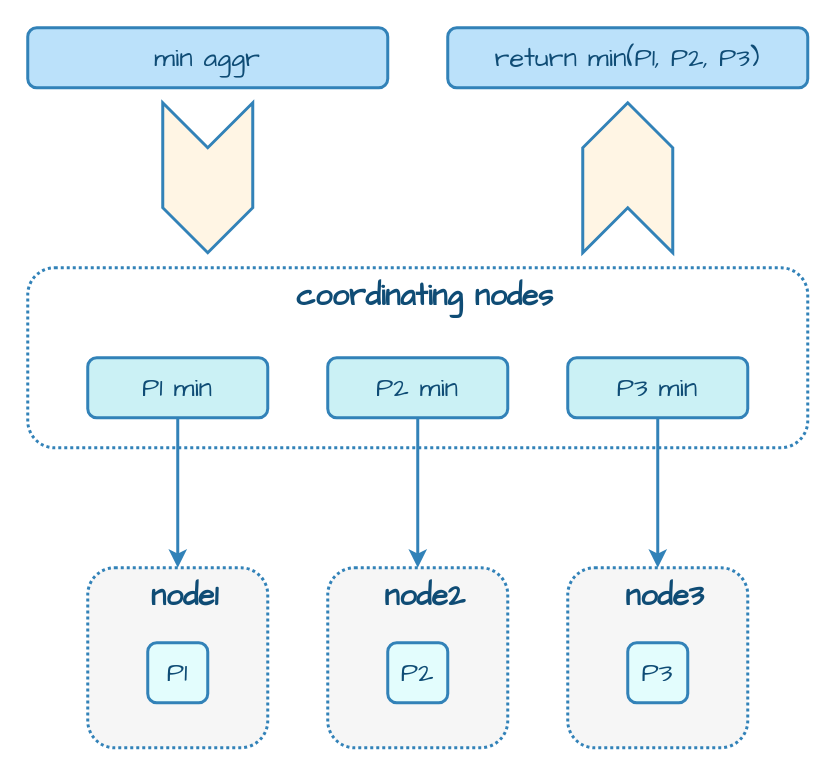
Earlier version of the draw.io diagram page "聚合流程" (4 of 6) of assets/数据库/搜索引擎数据库/Elasticsearch.drawio (dunwu/waterdrop). Source tidied: cells renumbered, new cells numbered last; positions are measured from the earlier drawing's top-left corner, leaving out a move shared by most shapes. Both pictures are drawn from the tidied source at 150%, with x=0, y=0 at pixel (27, 27).
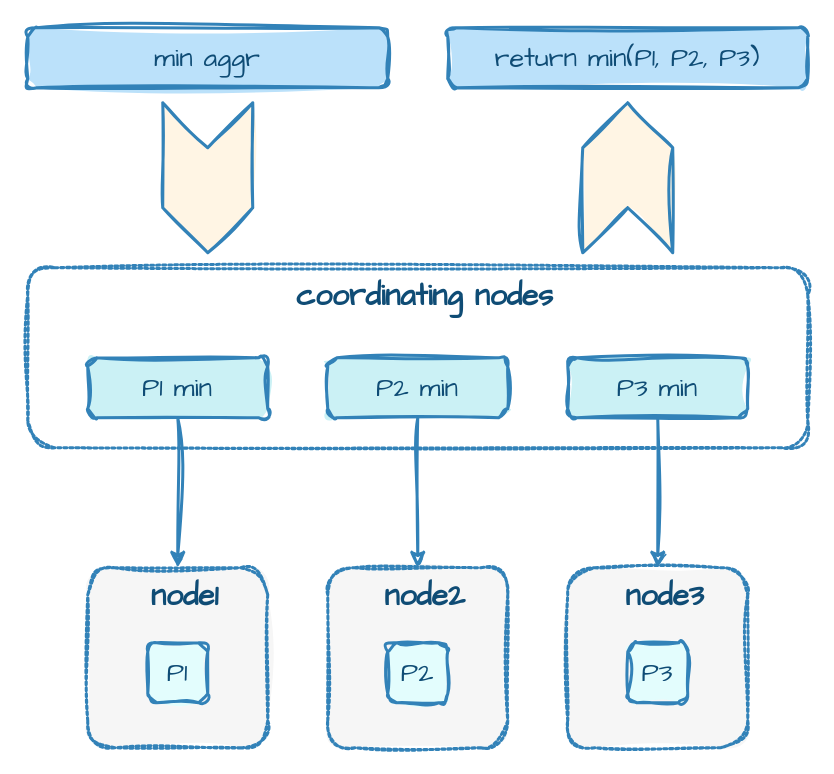
The same page after the edit.

Change to the diagram source:
```diff
@@
 <mxGraphModel>
   <root>
     <mxCell id="0" />
     <mxCell id="1" parent="0" />
-    <mxCell id="2" value="coordinating nodes" style="rounded=1;whiteSpace=wrap;html=1;strokeColor=#3282B8;fillColor=none;fontFamily=Comic Sans MS;fontStyle=1;fontColor=#0F4C75;shadow=0;fontSize=20;strokeWidth=2;dashed=1;dashPattern=1 1;align=center;verticalAlign=top;spacingLeft=10;" parent="1" vertex="1">
+    <mxCell id="2" value="coordinating nodes" style="rounded=1;whiteSpace=wrap;html=1;strokeColor=#3282B8;fillColor=none;fontFamily=Comic Sans MS;fontStyle=1;fontColor=#0F4C75;shadow=0;fontSize=20;strokeWidth=2;dashed=1;dashPattern=1 1;align=center;verticalAlign=top;spacingLeft=10;sketch=1;curveFitting=1;jiggle=2;" parent="1" vertex="1">
       <mxGeometry y="160" width="520" height="120" as="geometry" />
     </mxCell>
-    <mxCell id="3" value="node1" style="rounded=1;whiteSpace=wrap;html=1;strokeColor=#3282B8;fillColor=#F6F6F6;fontFamily=Comic Sans MS;fontStyle=1;fontColor=#0F4C75;shadow=0;fontSize=20;strokeWidth=2;dashed=1;dashPattern=1 1;align=center;verticalAlign=top;spacingLeft=10;" parent="1" vertex="1">
+    <mxCell id="3" value="node1" style="rounded=1;whiteSpace=wrap;html=1;strokeColor=#3282B8;fillColor=#F6F6F6;fontFamily=Comic Sans MS;fontStyle=1;fontColor=#0F4C75;shadow=0;fontSize=20;strokeWidth=2;dashed=1;dashPattern=1 1;align=center;verticalAlign=top;spacingLeft=10;sketch=1;curveFitting=1;jiggle=2;fillStyle=solid;" parent="1" vertex="1">
       <mxGeometry x="40" y="360" width="120" height="120" as="geometry" />
     </mxCell>
-    <mxCell id="4" value="P1" style="rounded=1;whiteSpace=wrap;html=1;shadow=0;strokeColor=#3282B8;strokeWidth=2;align=center;verticalAlign=middle;spacing=20;fontFamily=Comic Sans MS;fontSize=18;fontColor=#0F4C75;fillColor=#E3FDFD;" parent="1" vertex="1">
+    <mxCell id="4" value="P1" style="rounded=1;whiteSpace=wrap;html=1;shadow=0;strokeColor=#3282B8;strokeWidth=2;align=center;verticalAlign=middle;spacing=20;fontFamily=Comic Sans MS;fontSize=18;fontColor=#0F4C75;fillColor=#E3FDFD;sketch=1;curveFitting=1;jiggle=2;fillStyle=solid;" parent="1" vertex="1">
       <mxGeometry x="80" y="410" width="40" height="40" as="geometry" />
     </mxCell>
-    <mxCell id="5" value="node2" style="rounded=1;whiteSpace=wrap;html=1;strokeColor=#3282B8;fillColor=#F6F6F6;fontFamily=Comic Sans MS;fontStyle=1;fontColor=#0F4C75;shadow=0;fontSize=20;strokeWidth=2;dashed=1;dashPattern=1 1;align=center;verticalAlign=top;spacingLeft=10;" parent="1" vertex="1">
+    <mxCell id="5" value="node2" style="rounded=1;whiteSpace=wrap;html=1;strokeColor=#3282B8;fillColor=#F6F6F6;fontFamily=Comic Sans MS;fontStyle=1;fontColor=#0F4C75;shadow=0;fontSize=20;strokeWidth=2;dashed=1;dashPattern=1 1;align=center;verticalAlign=top;spacingLeft=10;sketch=1;curveFitting=1;jiggle=2;fillStyle=solid;" parent="1" vertex="1">
       <mxGeometry x="200" y="360" width="120" height="120" as="geometry" />
     </mxCell>
-    <mxCell id="6" value="P2" style="rounded=1;whiteSpace=wrap;html=1;shadow=0;strokeColor=#3282B8;strokeWidth=2;align=center;verticalAlign=middle;spacing=20;fontFamily=Comic Sans MS;fontSize=18;fontColor=#0F4C75;fillColor=#E3FDFD;" parent="1" vertex="1">
+    <mxCell id="6" value="P2" style="rounded=1;whiteSpace=wrap;html=1;shadow=0;strokeColor=#3282B8;strokeWidth=2;align=center;verticalAlign=middle;spacing=20;fontFamily=Comic Sans MS;fontSize=18;fontColor=#0F4C75;fillColor=#E3FDFD;sketch=1;curveFitting=1;jiggle=2;fillStyle=solid;" parent="1" vertex="1">
       <mxGeometry x="240" y="410" width="40" height="40" as="geometry" />
     </mxCell>
-    <mxCell id="7" value="node3" style="rounded=1;whiteSpace=wrap;html=1;strokeColor=#3282B8;fillColor=#F6F6F6;fontFamily=Comic Sans MS;fontStyle=1;fontColor=#0F4C75;shadow=0;fontSize=20;strokeWidth=2;dashed=1;dashPattern=1 1;align=center;verticalAlign=top;spacingLeft=10;" parent="1" vertex="1">
+    <mxCell id="7" value="node3" style="rounded=1;whiteSpace=wrap;html=1;strokeColor=#3282B8;fillColor=#F6F6F6;fontFamily=Comic Sans MS;fontStyle=1;fontColor=#0F4C75;shadow=0;fontSize=20;strokeWidth=2;dashed=1;dashPattern=1 1;align=center;verticalAlign=top;spacingLeft=10;sketch=1;curveFitting=1;jiggle=2;fillStyle=solid;" parent="1" vertex="1">
       <mxGeometry x="360" y="360" width="120" height="120" as="geometry" />
     </mxCell>
-    <mxCell id="8" value="P3" style="rounded=1;whiteSpace=wrap;html=1;shadow=0;strokeColor=#3282B8;strokeWidth=2;align=center;verticalAlign=middle;spacing=20;fontFamily=Comic Sans MS;fontSize=18;fontColor=#0F4C75;fillColor=#E3FDFD;" parent="1" vertex="1">
+    <mxCell id="8" value="P3" style="rounded=1;whiteSpace=wrap;html=1;shadow=0;strokeColor=#3282B8;strokeWidth=2;align=center;verticalAlign=middle;spacing=20;fontFamily=Comic Sans MS;fontSize=18;fontColor=#0F4C75;fillColor=#E3FDFD;sketch=1;curveFitting=1;jiggle=2;fillStyle=solid;" parent="1" vertex="1">
       <mxGeometry x="400" y="410" width="40" height="40" as="geometry" />
     </mxCell>
-    <mxCell id="9" value="min aggr" style="rounded=1;whiteSpace=wrap;html=1;shadow=0;strokeColor=#3282B8;strokeWidth=2;align=center;verticalAlign=middle;fontFamily=Comic Sans MS;fontSize=18;fontColor=#0F4C75;fillColor=#BBE1FA;" parent="1" vertex="1">
+    <mxCell id="9" value="min aggr" style="rounded=1;whiteSpace=wrap;html=1;shadow=0;strokeColor=#3282B8;strokeWidth=2;align=center;verticalAlign=middle;fontFamily=Comic Sans MS;fontSize=18;fontColor=#0F4C75;fillColor=#BBE1FA;sketch=1;curveFitting=1;jiggle=2;fillStyle=solid;" parent="1" vertex="1">
       <mxGeometry width="240" height="40" as="geometry" />
     </mxCell>
-    <mxCell id="10" style="edgeStyle=orthogonalEdgeStyle;shape=connector;rounded=1;jettySize=auto;html=1;exitX=0.5;exitY=1;exitDx=0;exitDy=0;entryX=0.5;entryY=0;entryDx=0;entryDy=0;labelBackgroundColor=default;strokeColor=#3282B8;strokeWidth=2;align=center;verticalAlign=middle;fontFamily=Comic Sans MS;fontSize=18;fontColor=#0F4C75;endArrow=classic;" parent="1" edge="1" source="11" target="3">
+    <mxCell id="10" style="edgeStyle=orthogonalEdgeStyle;shape=connector;rounded=1;jettySize=auto;html=1;exitX=0.5;exitY=1;exitDx=0;exitDy=0;entryX=0.5;entryY=0;entryDx=0;entryDy=0;labelBackgroundColor=default;strokeColor=#3282B8;strokeWidth=2;align=center;verticalAlign=middle;fontFamily=Comic Sans MS;fontSize=18;fontColor=#0F4C75;endArrow=classic;sketch=1;curveFitting=1;jiggle=2;" parent="1" edge="1" source="11" target="3">
       <mxGeometry relative="1" as="geometry" />
     </mxCell>
-    <mxCell id="11" value="P1 min" style="rounded=1;whiteSpace=wrap;html=1;shadow=0;strokeColor=#3282B8;strokeWidth=2;align=center;verticalAlign=middle;spacing=20;fontFamily=Comic Sans MS;fontSize=18;fontColor=#0F4C75;fillColor=#CBF1F5;" parent="1" vertex="1">
+    <mxCell id="11" value="P1 min" style="rounded=1;whiteSpace=wrap;html=1;shadow=0;strokeColor=#3282B8;strokeWidth=2;align=center;verticalAlign=middle;spacing=20;fontFamily=Comic Sans MS;fontSize=18;fontColor=#0F4C75;fillColor=#CBF1F5;sketch=1;curveFitting=1;jiggle=2;fillStyle=solid;" parent="1" vertex="1">
       <mxGeometry x="40" y="220" width="120" height="40" as="geometry" />
     </mxCell>
-    <mxCell id="12" style="edgeStyle=orthogonalEdgeStyle;shape=connector;rounded=1;jettySize=auto;html=1;exitX=0.5;exitY=1;exitDx=0;exitDy=0;entryX=0.5;entryY=0;entryDx=0;entryDy=0;labelBackgroundColor=default;strokeColor=#3282B8;strokeWidth=2;align=center;verticalAlign=middle;fontFamily=Comic Sans MS;fontSize=18;fontColor=#0F4C75;endArrow=classic;" parent="1" edge="1" source="13" target="5">
+    <mxCell id="12" style="edgeStyle=orthogonalEdgeStyle;shape=connector;rounded=1;jettySize=auto;html=1;exitX=0.5;exitY=1;exitDx=0;exitDy=0;entryX=0.5;entryY=0;entryDx=0;entryDy=0;labelBackgroundColor=default;strokeColor=#3282B8;strokeWidth=2;align=center;verticalAlign=middle;fontFamily=Comic Sans MS;fontSize=18;fontColor=#0F4C75;endArrow=classic;sketch=1;curveFitting=1;jiggle=2;" parent="1" edge="1" source="13" target="5">
       <mxGeometry relative="1" as="geometry" />
     </mxCell>
-    <mxCell id="13" value="P2 min" style="rounded=1;whiteSpace=wrap;html=1;shadow=0;strokeColor=#3282B8;strokeWidth=2;align=center;verticalAlign=middle;spacing=20;fontFamily=Comic Sans MS;fontSize=18;fontColor=#0F4C75;fillColor=#CBF1F5;" parent="1" vertex="1">
+    <mxCell id="13" value="P2 min" style="rounded=1;whiteSpace=wrap;html=1;shadow=0;strokeColor=#3282B8;strokeWidth=2;align=center;verticalAlign=middle;spacing=20;fontFamily=Comic Sans MS;fontSize=18;fontColor=#0F4C75;fillColor=#CBF1F5;sketch=1;curveFitting=1;jiggle=2;fillStyle=solid;" parent="1" vertex="1">
       <mxGeometry x="200" y="220" width="120" height="40" as="geometry" />
     </mxCell>
-    <mxCell id="14" style="edgeStyle=orthogonalEdgeStyle;shape=connector;rounded=1;jettySize=auto;html=1;exitX=0.5;exitY=1;exitDx=0;exitDy=0;entryX=0.5;entryY=0;entryDx=0;entryDy=0;labelBackgroundColor=default;strokeColor=#3282B8;strokeWidth=2;align=center;verticalAlign=middle;fontFamily=Comic Sans MS;fontSize=18;fontColor=#0F4C75;endArrow=classic;" parent="1" edge="1" source="15" target="7">
+    <mxCell id="14" style="edgeStyle=orthogonalEdgeStyle;shape=connector;rounded=1;jettySize=auto;html=1;exitX=0.5;exitY=1;exitDx=0;exitDy=0;entryX=0.5;entryY=0;entryDx=0;entryDy=0;labelBackgroundColor=default;strokeColor=#3282B8;strokeWidth=2;align=center;verticalAlign=middle;fontFamily=Comic Sans MS;fontSize=18;fontColor=#0F4C75;endArrow=classic;sketch=1;curveFitting=1;jiggle=2;" parent="1" edge="1" source="15" target="7">
       <mxGeometry relative="1" as="geometry" />
     </mxCell>
-    <mxCell id="15" value="P3 min" style="rounded=1;whiteSpace=wrap;html=1;shadow=0;strokeColor=#3282B8;strokeWidth=2;align=center;verticalAlign=middle;spacing=20;fontFamily=Comic Sans MS;fontSize=18;fontColor=#0F4C75;fillColor=#CBF1F5;" parent="1" vertex="1">
+    <mxCell id="15" value="P3 min" style="rounded=1;whiteSpace=wrap;html=1;shadow=0;strokeColor=#3282B8;strokeWidth=2;align=center;verticalAlign=middle;spacing=20;fontFamily=Comic Sans MS;fontSize=18;fontColor=#0F4C75;fillColor=#CBF1F5;sketch=1;curveFitting=1;jiggle=2;fillStyle=solid;" parent="1" vertex="1">
       <mxGeometry x="360" y="220" width="120" height="40" as="geometry" />
     </mxCell>
-    <mxCell id="16" value="return min(P1, P2, P3)" style="rounded=1;whiteSpace=wrap;html=1;shadow=0;strokeColor=#3282B8;strokeWidth=2;align=center;verticalAlign=middle;fontFamily=Comic Sans MS;fontSize=18;fontColor=#0F4C75;fillColor=#BBE1FA;" parent="1" vertex="1">
+    <mxCell id="16" value="return min(P1, P2, P3)" style="rounded=1;whiteSpace=wrap;html=1;shadow=0;strokeColor=#3282B8;strokeWidth=2;align=center;verticalAlign=middle;fontFamily=Comic Sans MS;fontSize=18;fontColor=#0F4C75;fillColor=#BBE1FA;sketch=1;curveFitting=1;jiggle=2;fillStyle=solid;" parent="1" vertex="1">
       <mxGeometry x="280" width="240" height="40" as="geometry" />
     </mxCell>
-    <mxCell id="17" style="html=1;shadow=0;dashed=0;align=center;verticalAlign=middle;shape=mxgraph.arrows2.arrow;dy=0;dx=30;notch=30;rounded=1;strokeColor=#3282B8;strokeWidth=2;fontFamily=Comic Sans MS;fontSize=18;fontColor=#0F4C75;fillColor=#FFF5E4;rotation=90;" parent="1" vertex="1">
+    <mxCell id="17" style="html=1;shadow=0;dashed=0;align=center;verticalAlign=middle;shape=mxgraph.arrows2.arrow;dy=0;dx=30;notch=30;rounded=1;strokeColor=#3282B8;strokeWidth=2;fontFamily=Comic Sans MS;fontSize=18;fontColor=#0F4C75;fillColor=#FFF5E4;rotation=90;sketch=1;curveFitting=1;jiggle=2;fillStyle=solid;" parent="1" vertex="1">
       <mxGeometry x="70" y="70" width="100" height="60" as="geometry" />
     </mxCell>
-    <mxCell id="18" style="html=1;shadow=0;dashed=0;align=center;verticalAlign=middle;shape=mxgraph.arrows2.arrow;dy=0;dx=30;notch=30;rounded=1;strokeColor=#3282B8;strokeWidth=2;fontFamily=Comic Sans MS;fontSize=18;fontColor=#0F4C75;fillColor=#FFF5E4;rotation=-90;" parent="1" vertex="1">
+    <mxCell id="18" style="html=1;shadow=0;dashed=0;align=center;verticalAlign=middle;shape=mxgraph.arrows2.arrow;dy=0;dx=30;notch=30;rounded=1;strokeColor=#3282B8;strokeWidth=2;fontFamily=Comic Sans MS;fontSize=18;fontColor=#0F4C75;fillColor=#FFF5E4;rotation=-90;sketch=1;curveFitting=1;jiggle=2;fillStyle=solid;" parent="1" vertex="1">
       <mxGeometry x="350" y="70" width="100" height="60" as="geometry" />
     </mxCell>
   </root>
 </mxGraphModel>
```
